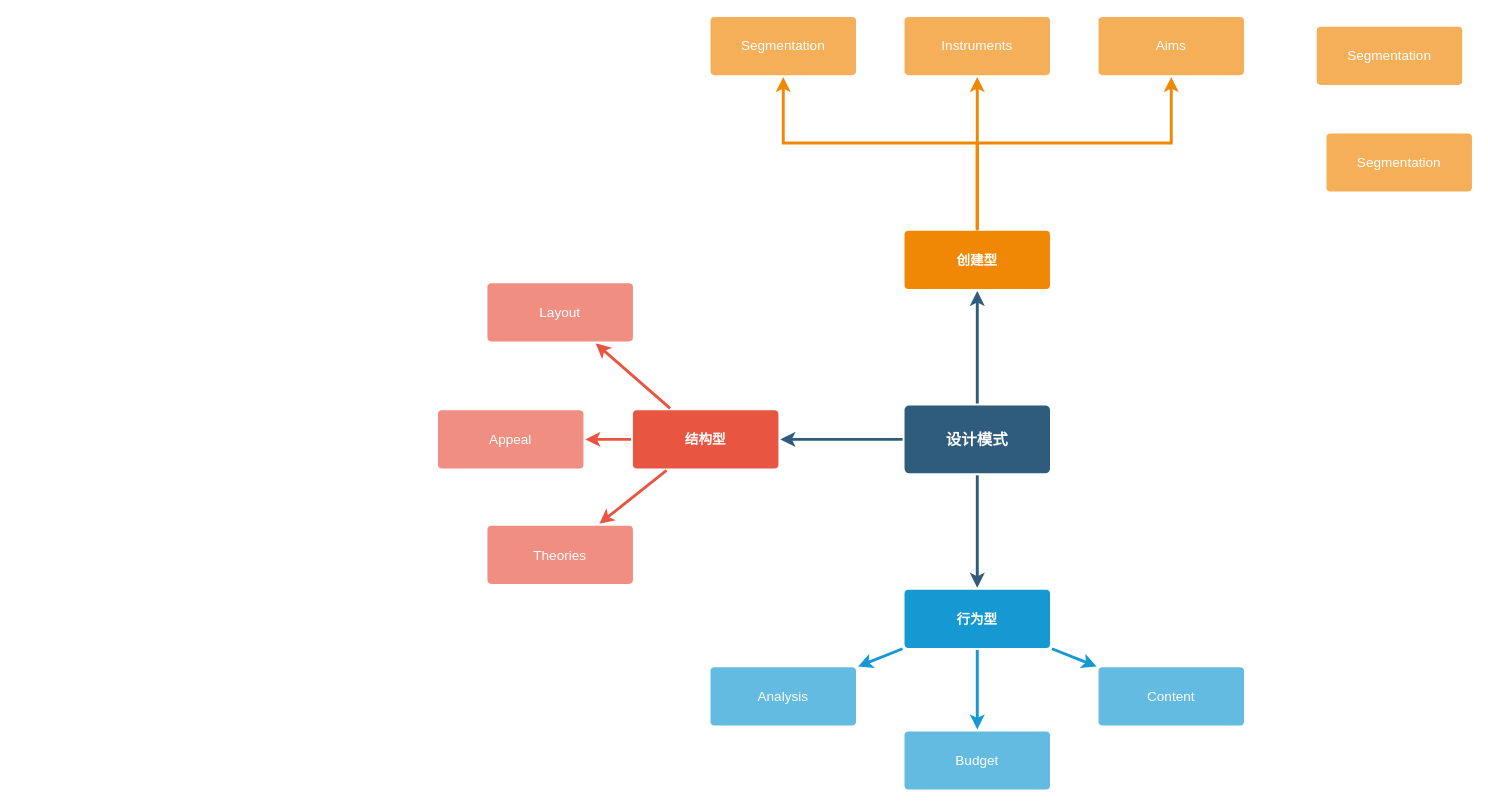
Earlier version of the draw.io diagram 设计模式/00-设计模式汇总（记忆）.drawio (Fuku-L/draw-io-repo). Source tidied: cells renumbered, new cells numbered last; positions are measured from the earlier drawing's top-left corner, leaving out a move shared by most shapes. Both pictures are drawn from the tidied source at 97%, with x=0, y=0 at pixel (437, 16).
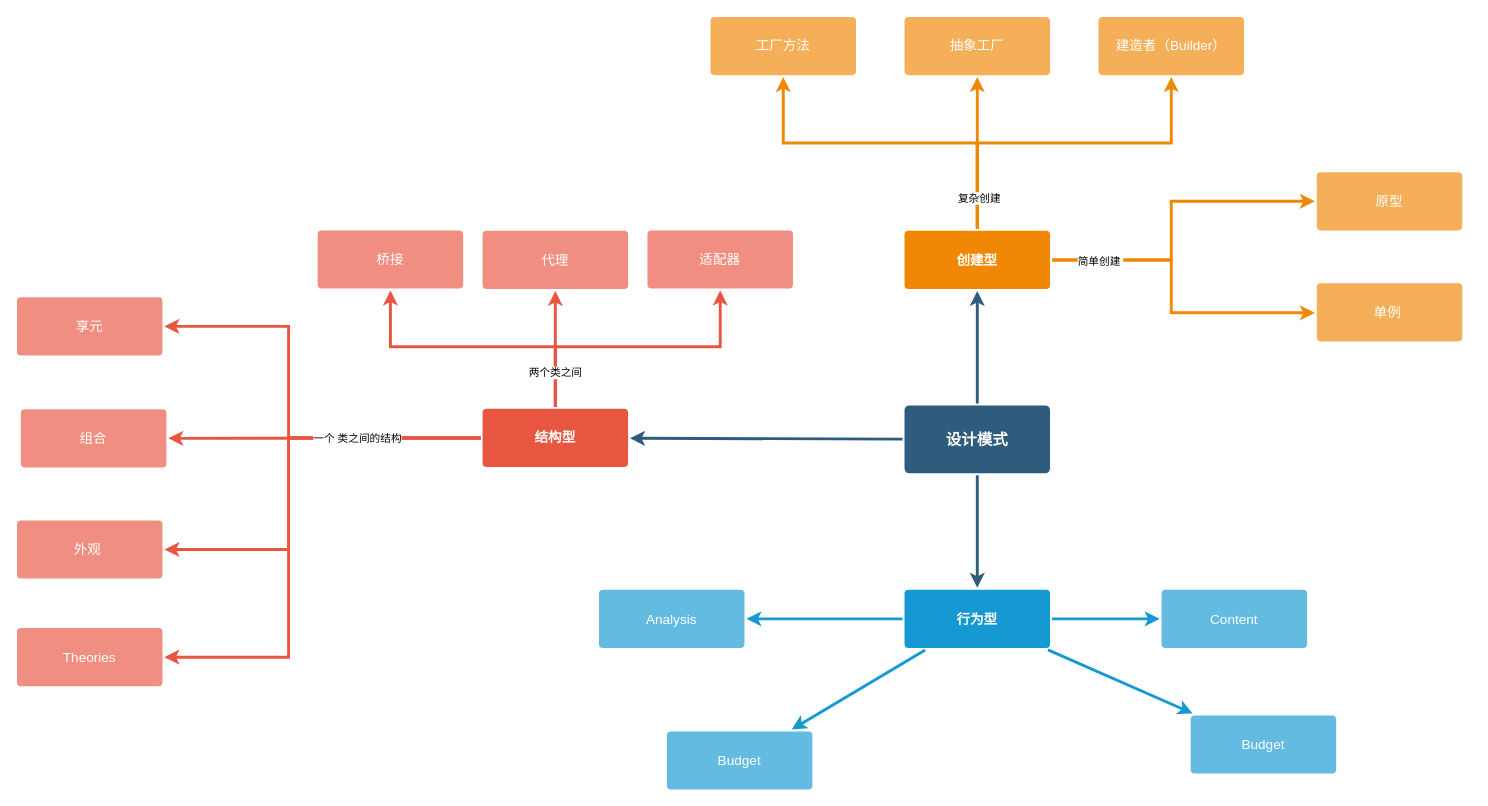
After the change.

Commit message (it also covers changes not shown here):
更新00-设计模式汇总（记忆）.drawio

The change refers to these unchanged cells:
```xml
<mxCell id="16" value="行为型" style="rounded=1;whiteSpace=wrap;html=1;shadow=0;labelBackgroundColor=none;strokeColor=none;strokeWidth=3;fillColor=#1699d3;fontFamily=Helvetica;fontSize=14;fontColor=#FFFFFF;align=center;spacing=5;fontStyle=1;arcSize=7;perimeterSpacing=2;" parent="1" vertex="1">
  <mxGeometry x="481" y="590.5" width="150" height="60" as="geometry" />
</mxCell>
<mxCell id="20" value="创建型" style="rounded=1;whiteSpace=wrap;html=1;shadow=0;labelBackgroundColor=none;strokeColor=none;strokeWidth=3;fillColor=#F08705;fontFamily=Helvetica;fontSize=14;fontColor=#FFFFFF;align=center;spacing=5;fontStyle=1;arcSize=7;perimeterSpacing=2;" parent="1" vertex="1">
  <mxGeometry x="481" y="220.5" width="150" height="60" as="geometry" />
</mxCell>
```

Diff of the diagram source:
```diff
@@
-    <mxCell id="6" style="edgeStyle=none;rounded=1;jumpStyle=none;html=1;shadow=0;labelBackgroundColor=none;startArrow=none;startFill=0;jettySize=auto;strokeColor=#E85642;strokeWidth=3;fontFamily=Helvetica;fontSize=14;fontColor=#FFFFFF;spacing=5;fontStyle=1;fillColor=#b0e3e6;" parent="1" edge="1" source="9" target="12">
-      <mxGeometry relative="1" as="geometry" />
-    </mxCell>
-    <mxCell id="7" style="edgeStyle=none;rounded=1;jumpStyle=none;html=1;shadow=0;labelBackgroundColor=none;startArrow=none;startFill=0;jettySize=auto;strokeColor=#E85642;strokeWidth=3;fontFamily=Helvetica;fontSize=14;fontColor=#FFFFFF;spacing=5;fontStyle=1;fillColor=#b0e3e6;" parent="1" edge="1" source="9" target="11">
+    <mxCell id="7" style="edgeStyle=none;rounded=0;jumpStyle=none;html=1;shadow=0;labelBackgroundColor=none;startArrow=none;startFill=0;jettySize=auto;strokeColor=#E85642;strokeWidth=3;fontFamily=Helvetica;fontSize=14;fontColor=#FFFFFF;spacing=5;fontStyle=1;fillColor=#b0e3e6;" parent="1" edge="1" source="9" target="11">
       <mxGeometry relative="1" as="geometry" />
     </mxCell>
-    <mxCell id="8" style="edgeStyle=none;rounded=1;jumpStyle=none;html=1;shadow=0;labelBackgroundColor=none;startArrow=none;startFill=0;jettySize=auto;strokeColor=#E85642;strokeWidth=3;fontFamily=Helvetica;fontSize=14;fontColor=#FFFFFF;spacing=5;fontStyle=1;fillColor=#b0e3e6;" parent="1" edge="1" source="9" target="10">
-      <mxGeometry relative="1" as="geometry" />
-    </mxCell>
     <mxCell id="9" value="结构型" style="rounded=1;whiteSpace=wrap;html=1;shadow=0;labelBackgroundColor=none;strokeColor=none;strokeWidth=3;fillColor=#e85642;fontFamily=Helvetica;fontSize=14;fontColor=#FFFFFF;align=center;spacing=5;fontStyle=1;arcSize=7;perimeterSpacing=2;" parent="1" vertex="1">
-      <mxGeometry x="201" y="405.5" width="150" height="60" as="geometry" />
+      <mxGeometry x="46" y="404" width="150" height="60" as="geometry" />
     </mxCell>
-    <mxCell id="10" value="Theories" style="rounded=1;whiteSpace=wrap;html=1;shadow=0;labelBackgroundColor=none;strokeColor=none;strokeWidth=3;fillColor=#f08e81;fontFamily=Helvetica;fontSize=14;fontColor=#FFFFFF;align=center;spacing=5;fontStyle=0;arcSize=7;perimeterSpacing=2;" parent="1" vertex="1">
-      <mxGeometry x="51" y="524.5" width="150" height="60" as="geometry" />
+    <mxCell id="10" value="外观&amp;nbsp;" style="rounded=1;whiteSpace=wrap;html=1;shadow=0;labelBackgroundColor=none;strokeColor=none;strokeWidth=3;fillColor=#f08e81;fontFamily=Helvetica;fontSize=14;fontColor=#FFFFFF;align=center;spacing=5;fontStyle=0;arcSize=7;perimeterSpacing=2;" parent="1" vertex="1">
+      <mxGeometry x="-434" y="519" width="150" height="60" as="geometry" />
     </mxCell>
-    <mxCell id="11" value="Appeal" style="rounded=1;whiteSpace=wrap;html=1;shadow=0;labelBackgroundColor=none;strokeColor=none;strokeWidth=3;fillColor=#f08e81;fontFamily=Helvetica;fontSize=14;fontColor=#FFFFFF;align=center;spacing=5;fontStyle=0;arcSize=7;perimeterSpacing=2;" parent="1" vertex="1">
-      <mxGeometry y="405.5" width="150" height="60" as="geometry" />
+    <mxCell id="11" value="组合" style="rounded=1;whiteSpace=wrap;html=1;shadow=0;labelBackgroundColor=none;strokeColor=none;strokeWidth=3;fillColor=#f08e81;fontFamily=Helvetica;fontSize=14;fontColor=#FFFFFF;align=center;spacing=5;fontStyle=0;arcSize=7;perimeterSpacing=2;" parent="1" vertex="1">
+      <mxGeometry x="-430" y="404.5" width="150" height="60" as="geometry" />
     </mxCell>
-    <mxCell id="12" value="Layout" style="rounded=1;whiteSpace=wrap;html=1;shadow=0;labelBackgroundColor=none;strokeColor=none;strokeWidth=3;fillColor=#f08e81;fontFamily=Helvetica;fontSize=14;fontColor=#FFFFFF;align=center;spacing=5;fontStyle=0;arcSize=7;perimeterSpacing=2;" parent="1" vertex="1">
-      <mxGeometry x="51" y="274.5" width="150" height="60" as="geometry" />
+    <mxCell id="12" value="享元" style="rounded=1;whiteSpace=wrap;html=1;shadow=0;labelBackgroundColor=none;strokeColor=none;strokeWidth=3;fillColor=#f08e81;fontFamily=Helvetica;fontSize=14;fontColor=#FFFFFF;align=center;spacing=5;fontStyle=0;arcSize=7;perimeterSpacing=2;" parent="1" vertex="1">
+      <mxGeometry x="-434" y="289" width="150" height="60" as="geometry" />
     </mxCell>
@@
     <mxCell id="17" value="Content" style="rounded=1;whiteSpace=wrap;html=1;shadow=0;labelBackgroundColor=none;strokeColor=none;strokeWidth=3;fillColor=#64bbe2;fontFamily=Helvetica;fontSize=14;fontColor=#FFFFFF;align=center;spacing=5;arcSize=7;perimeterSpacing=2;" parent="1" vertex="1">
-      <mxGeometry x="681" y="670.5" width="150" height="60" as="geometry" />
+      <mxGeometry x="746" y="590.5" width="150" height="60" as="geometry" />
     </mxCell>
     <mxCell id="18" value="Budget" style="rounded=1;whiteSpace=wrap;html=1;shadow=0;labelBackgroundColor=none;strokeColor=none;strokeWidth=3;fillColor=#64bbe2;fontFamily=Helvetica;fontSize=14;fontColor=#FFFFFF;align=center;spacing=5;arcSize=7;perimeterSpacing=2;" parent="1" vertex="1">
-      <mxGeometry x="481" y="736.5" width="150" height="60" as="geometry" />
+      <mxGeometry x="236" y="736.5" width="150" height="60" as="geometry" />
     </mxCell>
     <mxCell id="19" value="Analysis" style="rounded=1;whiteSpace=wrap;html=1;shadow=0;labelBackgroundColor=none;strokeColor=none;strokeWidth=3;fillColor=#64bbe2;fontFamily=Helvetica;fontSize=14;fontColor=#FFFFFF;align=center;spacing=5;arcSize=7;perimeterSpacing=2;" parent="1" vertex="1">
-      <mxGeometry x="281" y="670.5" width="150" height="60" as="geometry" />
+      <mxGeometry x="166" y="590.5" width="150" height="60" as="geometry" />
     </mxCell>
@@
-    <mxCell id="21" value="Aims&lt;br&gt;" style="rounded=1;whiteSpace=wrap;html=1;shadow=0;labelBackgroundColor=none;strokeColor=none;strokeWidth=3;fillColor=#f5af58;fontFamily=Helvetica;fontSize=14;fontColor=#FFFFFF;align=center;spacing=5;arcSize=7;perimeterSpacing=2;" parent="1" vertex="1">
+    <mxCell id="21" value="建造者（Builder）" style="rounded=1;whiteSpace=wrap;html=1;shadow=0;labelBackgroundColor=none;strokeColor=none;strokeWidth=3;fillColor=#f5af58;fontFamily=Helvetica;fontSize=14;fontColor=#FFFFFF;align=center;spacing=5;arcSize=7;perimeterSpacing=2;" parent="1" vertex="1">
       <mxGeometry x="681" width="150" height="60" as="geometry" />
     </mxCell>
-    <mxCell id="22" value="Instruments" style="rounded=1;whiteSpace=wrap;html=1;shadow=0;labelBackgroundColor=none;strokeColor=none;strokeWidth=3;fillColor=#f5af58;fontFamily=Helvetica;fontSize=14;fontColor=#FFFFFF;align=center;spacing=5;arcSize=7;perimeterSpacing=2;" parent="1" vertex="1">
+    <mxCell id="22" value="抽象工厂" style="rounded=1;whiteSpace=wrap;html=1;shadow=0;labelBackgroundColor=none;strokeColor=none;strokeWidth=3;fillColor=#f5af58;fontFamily=Helvetica;fontSize=14;fontColor=#FFFFFF;align=center;spacing=5;arcSize=7;perimeterSpacing=2;" parent="1" vertex="1">
       <mxGeometry x="481" width="150" height="60" as="geometry" />
     </mxCell>
@@
-    <mxCell id="24" value="Segmentation" style="rounded=1;whiteSpace=wrap;html=1;shadow=0;labelBackgroundColor=none;strokeColor=none;strokeWidth=3;fillColor=#f5af58;fontFamily=Helvetica;fontSize=14;fontColor=#FFFFFF;align=center;spacing=5;arcSize=7;perimeterSpacing=2;" parent="1" vertex="1">
+    <mxCell id="24" value="工厂方法" style="rounded=1;whiteSpace=wrap;html=1;shadow=0;labelBackgroundColor=none;strokeColor=none;strokeWidth=3;fillColor=#f5af58;fontFamily=Helvetica;fontSize=14;fontColor=#FFFFFF;align=center;spacing=5;arcSize=7;perimeterSpacing=2;" parent="1" vertex="1">
       <mxGeometry x="281" width="150" height="60" as="geometry" />
     </mxCell>
-    <mxCell id="25" style="edgeStyle=orthogonalEdgeStyle;rounded=0;jumpStyle=none;html=1;shadow=0;labelBackgroundColor=none;startArrow=none;startFill=0;endArrow=classic;endFill=1;jettySize=auto;strokeColor=#F08705;strokeWidth=3;fontFamily=Helvetica;fontSize=14;fontColor=#FFFFFF;spacing=5;entryX=0.5;entryY=1;entryDx=0;entryDy=0;exitX=0.5;exitY=0;exitDx=0;exitDy=0;" parent="1" edge="1" source="20" target="21">
+    <mxCell id="25" style="edgeStyle=orthogonalEdgeStyle;rounded=0;jumpStyle=none;html=1;shadow=0;labelBackgroundColor=none;startArrow=none;startFill=0;endArrow=classic;endFill=1;jettySize=auto;strokeColor=#F08705;strokeWidth=3;fontFamily=Helvetica;fontSize=14;fontColor=#FFFFFF;spacing=5;" parent="1" edge="1" source="20" target="21">
       <mxGeometry relative="1" as="geometry">
         <Array as="points">
           <mxPoint x="556" y="130" />
           <mxPoint x="756" y="130" />
         </Array>
       </mxGeometry>
     </mxCell>
-    <mxCell id="26" value="Segmentation" style="rounded=1;whiteSpace=wrap;html=1;shadow=0;labelBackgroundColor=none;strokeColor=none;strokeWidth=3;fillColor=#f5af58;fontFamily=Helvetica;fontSize=14;fontColor=#FFFFFF;align=center;spacing=5;arcSize=7;perimeterSpacing=2;" parent="1" vertex="1">
-      <mxGeometry x="916" y="120" width="150" height="60" as="geometry" />
+    <mxCell id="26" value="单例&amp;nbsp;" style="rounded=1;whiteSpace=wrap;html=1;shadow=0;labelBackgroundColor=none;strokeColor=none;strokeWidth=3;fillColor=#f5af58;fontFamily=Helvetica;fontSize=14;fontColor=#FFFFFF;align=center;spacing=5;arcSize=7;perimeterSpacing=2;" parent="1" vertex="1">
+      <mxGeometry x="906" y="274.5" width="150" height="60" as="geometry" />
     </mxCell>
-    <mxCell id="27" value="Segmentation" style="rounded=1;whiteSpace=wrap;html=1;shadow=0;labelBackgroundColor=none;strokeColor=none;strokeWidth=3;fillColor=#f5af58;fontFamily=Helvetica;fontSize=14;fontColor=#FFFFFF;align=center;spacing=5;arcSize=7;perimeterSpacing=2;" parent="1" vertex="1">
-      <mxGeometry x="906" y="10" width="150" height="60" as="geometry" />
+    <mxCell id="27" value="原型" style="rounded=1;whiteSpace=wrap;html=1;shadow=0;labelBackgroundColor=none;strokeColor=none;strokeWidth=3;fillColor=#f5af58;fontFamily=Helvetica;fontSize=14;fontColor=#FFFFFF;align=center;spacing=5;arcSize=7;perimeterSpacing=2;" parent="1" vertex="1">
+      <mxGeometry x="906" y="160" width="150" height="60" as="geometry" />
     </mxCell>
-    <mxCell id="28" style="edgeStyle=orthogonalEdgeStyle;rounded=0;jumpStyle=none;html=1;shadow=0;labelBackgroundColor=none;startArrow=none;startFill=0;endArrow=classic;endFill=1;jettySize=auto;strokeColor=#F08705;strokeWidth=3;fontFamily=Helvetica;fontSize=14;fontColor=#FFFFFF;spacing=5;entryX=0.5;entryY=1;entryDx=0;entryDy=0;" parent="1" edge="1" target="24">
+    <mxCell id="28" style="edgeStyle=orthogonalEdgeStyle;rounded=0;jumpStyle=none;html=1;shadow=0;labelBackgroundColor=none;startArrow=none;startFill=0;endArrow=classic;endFill=1;jettySize=auto;strokeColor=#F08705;strokeWidth=3;fontFamily=Helvetica;fontSize=14;fontColor=#FFFFFF;spacing=5;" parent="1" edge="1" source="20" target="24">
       <mxGeometry relative="1" as="geometry">
-        <mxPoint x="556" y="220" as="sourcePoint" />
         <Array as="points">
           <mxPoint x="556" y="130" />
           <mxPoint x="356" y="130" />
         </Array>
       </mxGeometry>
     </mxCell>
+    <mxCell id="29" value="复杂创建" style="edgeLabel;html=1;align=center;verticalAlign=middle;" parent="28" vertex="1">
+      <mxGeometry x="-0.82" y="-1" relative="1" as="geometry" />
+    </mxCell>
+    <mxCell id="30" style="edgeStyle=orthogonalEdgeStyle;rounded=0;jumpStyle=none;html=1;shadow=0;labelBackgroundColor=none;startArrow=none;startFill=0;endArrow=classic;endFill=1;jettySize=auto;strokeColor=#F08705;strokeWidth=3;fontFamily=Helvetica;fontSize=14;fontColor=#FFFFFF;spacing=5;" parent="1" edge="1" source="20" target="27">
+      <mxGeometry relative="1" as="geometry">
+        <Array as="points">
+          <mxPoint x="756" y="251" />
+          <mxPoint x="756" y="190" />
+        </Array>
+      </mxGeometry>
+    </mxCell>
+    <mxCell id="31" style="edgeStyle=orthogonalEdgeStyle;rounded=0;jumpStyle=none;html=1;shadow=0;labelBackgroundColor=none;startArrow=none;startFill=0;endArrow=classic;endFill=1;jettySize=auto;strokeColor=#F08705;strokeWidth=3;fontFamily=Helvetica;fontSize=14;fontColor=#FFFFFF;spacing=5;" parent="1" edge="1" source="20" target="26">
+      <mxGeometry relative="1" as="geometry">
+        <Array as="points">
+          <mxPoint x="756" y="251" />
+          <mxPoint x="756" y="305" />
+        </Array>
+      </mxGeometry>
+    </mxCell>
+    <mxCell id="32" value="简单创建&amp;nbsp;" style="edgeLabel;html=1;align=center;verticalAlign=middle;" parent="31" vertex="1">
+      <mxGeometry x="-0.7" relative="1" as="geometry">
+        <mxPoint y="1" as="offset" />
+      </mxGeometry>
+    </mxCell>
+    <mxCell id="6" style="edgeStyle=orthogonalEdgeStyle;jumpStyle=none;html=1;shadow=0;labelBackgroundColor=none;startArrow=none;startFill=0;jettySize=auto;strokeColor=#E85642;strokeWidth=3;fontFamily=Helvetica;fontSize=14;fontColor=#FFFFFF;spacing=5;fontStyle=1;fillColor=#b0e3e6;rounded=0;" parent="1" edge="1" source="9" target="12">
+      <mxGeometry relative="1" as="geometry">
+        <Array as="points">
+          <mxPoint x="-154" y="434" />
+          <mxPoint x="-154" y="319" />
+        </Array>
+      </mxGeometry>
+    </mxCell>
+    <mxCell id="8" style="edgeStyle=orthogonalEdgeStyle;rounded=0;jumpStyle=none;html=1;shadow=0;labelBackgroundColor=none;startArrow=none;startFill=0;jettySize=auto;strokeColor=#E85642;strokeWidth=3;fontFamily=Helvetica;fontSize=14;fontColor=#FFFFFF;spacing=5;fontStyle=1;fillColor=#b0e3e6;" parent="1" edge="1" source="9" target="10">
+      <mxGeometry relative="1" as="geometry">
+        <Array as="points">
+          <mxPoint x="-154" y="434" />
+          <mxPoint x="-154" y="549" />
+        </Array>
+      </mxGeometry>
+    </mxCell>
+    <mxCell id="33" value="Theories" style="rounded=1;whiteSpace=wrap;html=1;shadow=0;labelBackgroundColor=none;strokeColor=none;strokeWidth=3;fillColor=#f08e81;fontFamily=Helvetica;fontSize=14;fontColor=#FFFFFF;align=center;spacing=5;fontStyle=0;arcSize=7;perimeterSpacing=2;" parent="1" vertex="1">
+      <mxGeometry x="-434" y="630" width="150" height="60" as="geometry" />
+    </mxCell>
+    <mxCell id="34" style="edgeStyle=orthogonalEdgeStyle;rounded=0;jumpStyle=none;html=1;shadow=0;labelBackgroundColor=none;startArrow=none;startFill=0;jettySize=auto;strokeColor=#E85642;strokeWidth=3;fontFamily=Helvetica;fontSize=14;fontColor=#FFFFFF;spacing=5;fontStyle=1;fillColor=#b0e3e6;" parent="1" edge="1" source="9" target="33">
+      <mxGeometry relative="1" as="geometry">
+        <Array as="points">
+          <mxPoint x="-154" y="434" />
+          <mxPoint x="-154" y="660" />
+        </Array>
+      </mxGeometry>
+    </mxCell>
+    <mxCell id="35" value="一个 类之间的结构" style="edgeLabel;html=1;align=center;verticalAlign=middle;" parent="34" vertex="1">
+      <mxGeometry x="-0.68" y="-4" relative="1" as="geometry">
+        <mxPoint x="-40" y="4" as="offset" />
+      </mxGeometry>
+    </mxCell>
+    <mxCell id="36" value="代理" style="rounded=1;whiteSpace=wrap;html=1;shadow=0;labelBackgroundColor=none;strokeColor=none;strokeWidth=3;fillColor=#f08e81;fontFamily=Helvetica;fontSize=14;fontColor=#FFFFFF;align=center;spacing=5;fontStyle=0;arcSize=7;perimeterSpacing=2;" parent="1" vertex="1">
+      <mxGeometry x="46" y="220.5" width="150" height="60" as="geometry" />
+    </mxCell>
+    <mxCell id="37" value="桥接" style="rounded=1;whiteSpace=wrap;html=1;shadow=0;labelBackgroundColor=none;strokeColor=none;strokeWidth=3;fillColor=#f08e81;fontFamily=Helvetica;fontSize=14;fontColor=#FFFFFF;align=center;spacing=5;fontStyle=0;arcSize=7;perimeterSpacing=2;" parent="1" vertex="1">
+      <mxGeometry x="-124" y="220" width="150" height="60" as="geometry" />
+    </mxCell>
+    <mxCell id="38" value="适配器" style="rounded=1;whiteSpace=wrap;html=1;shadow=0;labelBackgroundColor=none;strokeColor=none;strokeWidth=3;fillColor=#f08e81;fontFamily=Helvetica;fontSize=14;fontColor=#FFFFFF;align=center;spacing=5;fontStyle=0;arcSize=7;perimeterSpacing=2;" parent="1" vertex="1">
+      <mxGeometry x="216" y="220" width="150" height="60" as="geometry" />
+    </mxCell>
+    <mxCell id="39" style="edgeStyle=orthogonalEdgeStyle;rounded=0;jumpStyle=none;html=1;shadow=0;labelBackgroundColor=none;startArrow=none;startFill=0;jettySize=auto;strokeColor=#E85642;strokeWidth=3;fontFamily=Helvetica;fontSize=14;fontColor=#FFFFFF;spacing=5;fontStyle=1;fillColor=#b0e3e6;" parent="1" edge="1" source="9" target="37">
+      <mxGeometry relative="1" as="geometry">
+        <Array as="points">
+          <mxPoint x="121" y="340" />
+          <mxPoint x="-49" y="340" />
+        </Array>
+      </mxGeometry>
+    </mxCell>
+    <mxCell id="40" style="edgeStyle=orthogonalEdgeStyle;rounded=0;jumpStyle=none;html=1;shadow=0;labelBackgroundColor=none;startArrow=none;startFill=0;jettySize=auto;strokeColor=#E85642;strokeWidth=3;fontFamily=Helvetica;fontSize=14;fontColor=#FFFFFF;spacing=5;fontStyle=1;fillColor=#b0e3e6;" parent="1" edge="1" source="9" target="36">
+      <mxGeometry relative="1" as="geometry" />
+    </mxCell>
+    <mxCell id="41" style="edgeStyle=orthogonalEdgeStyle;rounded=0;jumpStyle=none;html=1;shadow=0;labelBackgroundColor=none;startArrow=none;startFill=0;jettySize=auto;strokeColor=#E85642;strokeWidth=3;fontFamily=Helvetica;fontSize=14;fontColor=#FFFFFF;spacing=5;fontStyle=1;fillColor=#b0e3e6;" parent="1" edge="1" source="9" target="38">
+      <mxGeometry relative="1" as="geometry">
+        <Array as="points">
+          <mxPoint x="121" y="340" />
+          <mxPoint x="291" y="340" />
+        </Array>
+      </mxGeometry>
+    </mxCell>
+    <mxCell id="42" value="两个类之间" style="edgeLabel;html=1;align=center;verticalAlign=middle;" parent="41" vertex="1">
+      <mxGeometry x="-0.75" y="1" relative="1" as="geometry" />
+    </mxCell>
+    <mxCell id="43" value="Budget" style="rounded=1;whiteSpace=wrap;html=1;shadow=0;labelBackgroundColor=none;strokeColor=none;strokeWidth=3;fillColor=#64bbe2;fontFamily=Helvetica;fontSize=14;fontColor=#FFFFFF;align=center;spacing=5;arcSize=7;perimeterSpacing=2;" parent="1" vertex="1">
+      <mxGeometry x="776" y="720" width="150" height="60" as="geometry" />
+    </mxCell>
+    <mxCell id="44" style="edgeStyle=none;rounded=0;jumpStyle=none;html=1;shadow=0;labelBackgroundColor=none;startArrow=none;startFill=0;endArrow=classic;endFill=1;jettySize=auto;strokeColor=#1699D3;strokeWidth=3;fontFamily=Helvetica;fontSize=14;fontColor=#FFFFFF;spacing=5;" parent="1" edge="1" source="16" target="43">
+      <mxGeometry relative="1" as="geometry" />
+    </mxCell>
```
